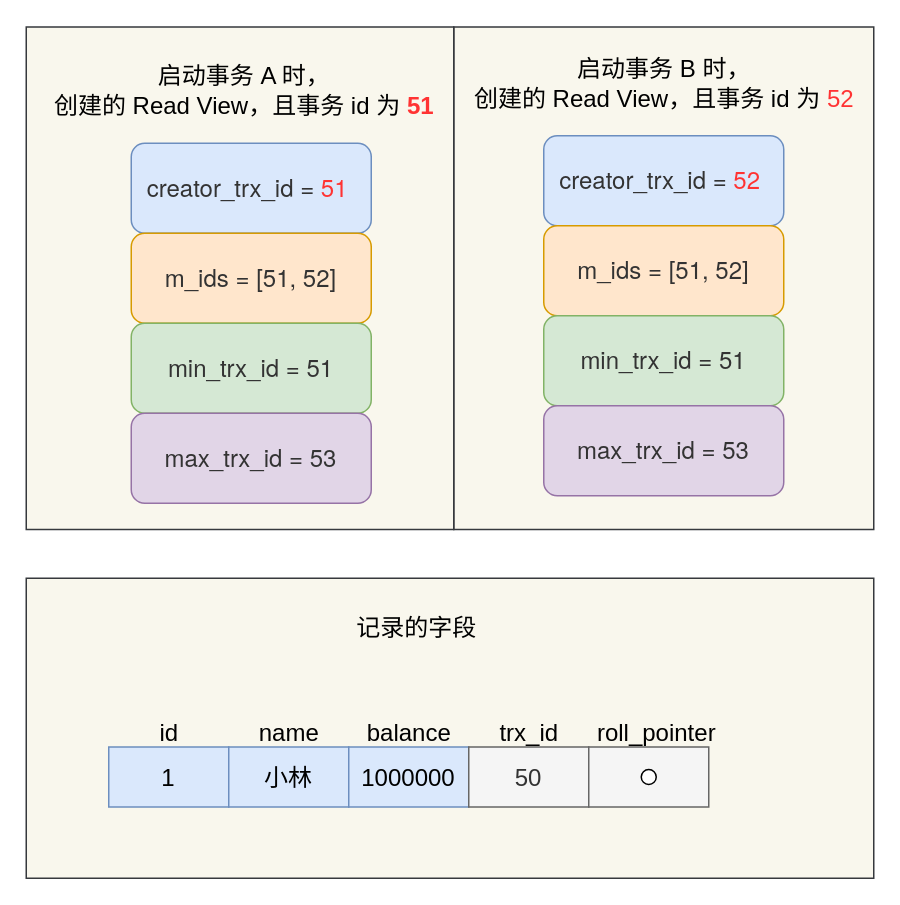
Above: mysql/事务隔离/事务ab的视图.drawio in xiaolincoder/ImageHost4 (draw.io), before the change. Source tidied: cells renumbered, new cells numbered last; positions are measured from the earlier drawing's top-left corner, leaving out a move shared by most shapes. Both pictures are drawn from the tidied source at 150%, with x=0, y=0 at pixel (26, 26).
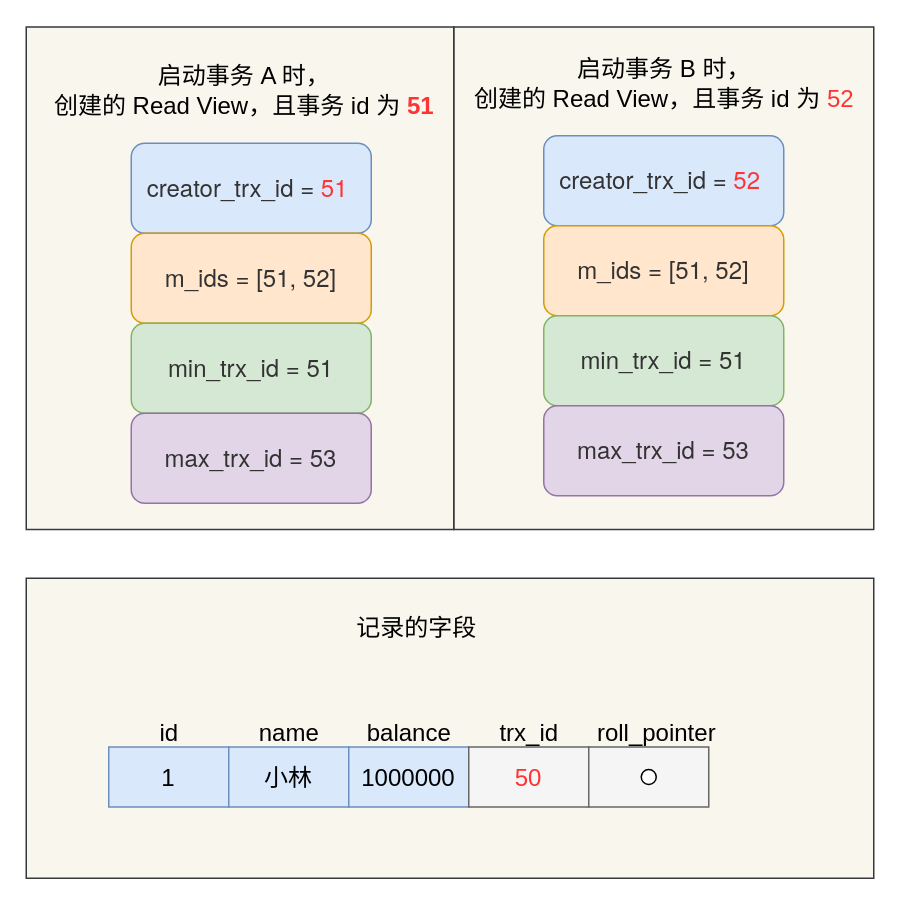
After the change.

Commit message (it also covers changes not shown here):
更新事务ab的视图.drawio

The edit, as a diff of the source:
```diff
@@
-    <mxCell id="18" value="50" style="rounded=0;whiteSpace=wrap;html=1;fontSize=16;fillColor=#f5f5f5;strokeColor=#666666;fontColor=#333333;" parent="1" vertex="1">
+    <mxCell id="18" value="&lt;font color=&quot;#ff3333&quot;&gt;50&lt;/font&gt;" style="rounded=0;whiteSpace=wrap;html=1;fontSize=16;fillColor=#f5f5f5;strokeColor=#666666;fontColor=#333333;" parent="1" vertex="1">
       <mxGeometry x="295" y="480.5" width="80" height="40" as="geometry" />
     </mxCell>
```
